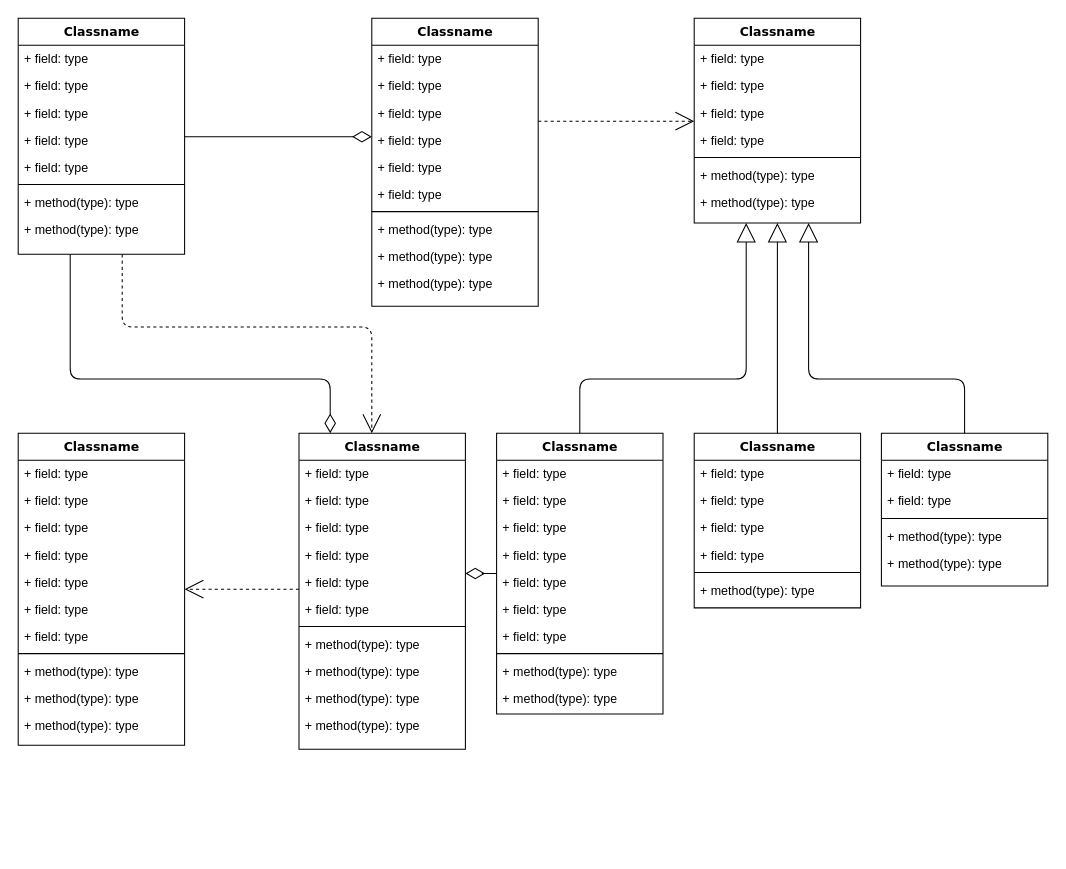
This is Untitled Diagram.drawio from eupani33/immobiler, a draw.io file, before an edit. Source tidied: cells renumbered, new cells numbered last; positions are measured from the earlier drawing's top-left corner, leaving out a move shared by most shapes. Both pictures are drawn from the tidied source at 104%, with x=0, y=0 at pixel (18, 18).
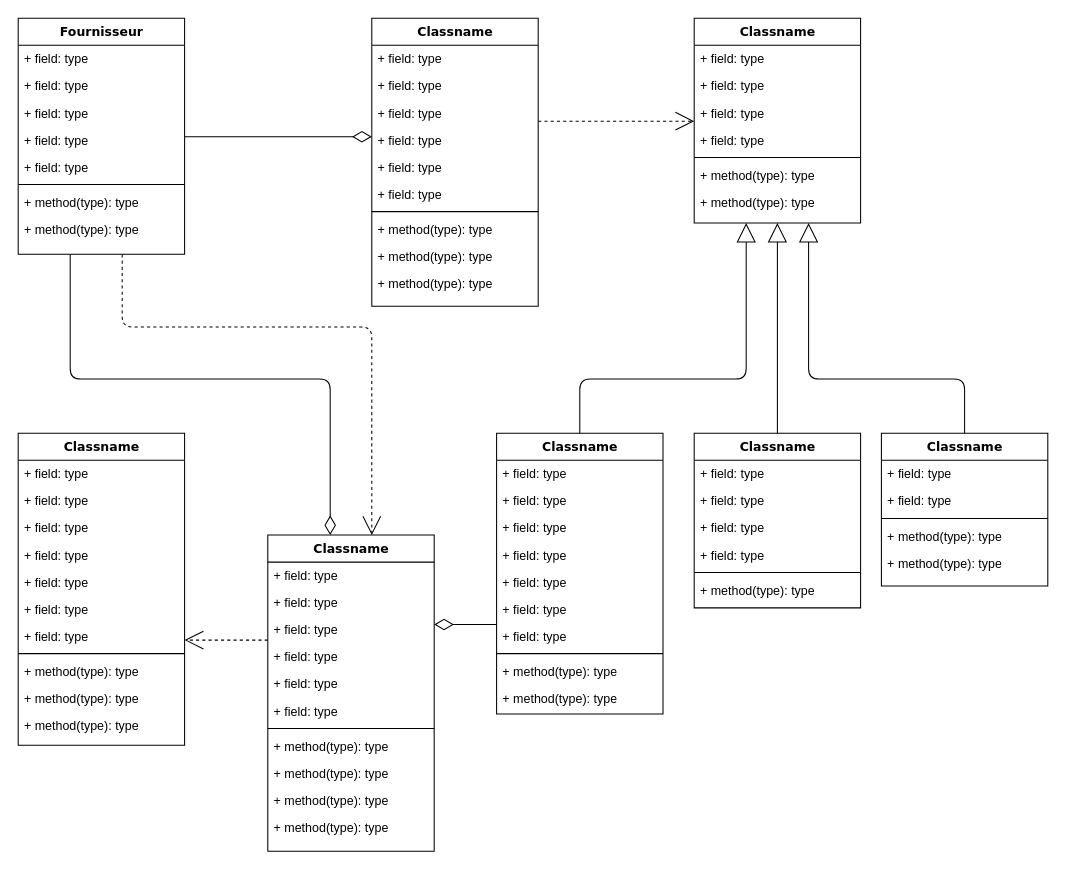
After the change.

The edit, as a diff of the source:
```diff
@@
-    <mxCell id="4" value="Classname" style="swimlane;html=1;fontStyle=1;align=center;verticalAlign=top;horizontal=1;startSize=26;swimlaneFillColor=#ffffff;rounded=0;shadow=0;comic=0;labelBackgroundColor=none;strokeWidth=1;fillColor=none;fontFamily=Verdana;fontSize=12;" parent="1" vertex="1">
+    <mxCell id="4" value="&lt;div&gt;Fournisseur&lt;/div&gt;&lt;div&gt;&lt;br&gt;&lt;/div&gt;" style="swimlane;html=1;fontStyle=1;align=center;verticalAlign=top;horizontal=1;startSize=26;swimlaneFillColor=#ffffff;rounded=0;shadow=0;comic=0;labelBackgroundColor=none;strokeWidth=1;fillColor=none;fontFamily=Verdana;fontSize=12;" parent="1" vertex="1">
       <mxGeometry width="160" height="227" as="geometry" />
     </mxCell>
@@
     <mxCell id="47" value="Classname" style="swimlane;html=1;fontStyle=1;align=center;verticalAlign=top;horizontal=1;startSize=26;swimlaneFillColor=#ffffff;rounded=0;shadow=0;comic=0;labelBackgroundColor=none;strokeWidth=1;fillColor=none;fontFamily=Verdana;fontSize=12;" parent="1" vertex="1">
-      <mxGeometry x="270" y="399" width="160" height="304" as="geometry" />
+      <mxGeometry x="240" y="497" width="160" height="304" as="geometry" />
     </mxCell>
```
